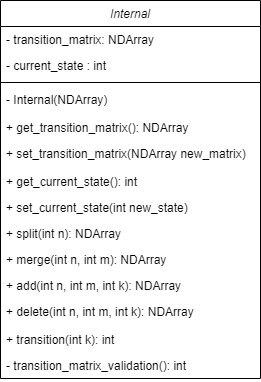
filkata123/RSSTP keeps this draw.io diagram as misc/diagrams/internal_class_diagram.png. Above is the earlier version. Source tidied: cells renumbered, new cells last; positions are measured from the earlier drawing's top-left corner, leaving out a move shared by most shapes.
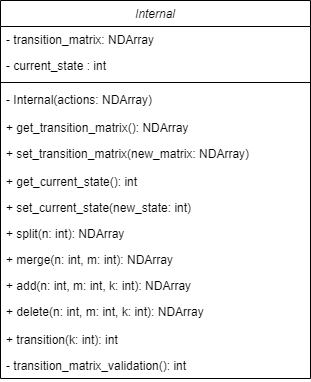
After the commit.

Change to the diagram source:
```diff
@@ -3,49 +3,49 @@
     <mxCell id="0" />
     <mxCell id="1" parent="0" />
     <mxCell id="2" value="Internal" style="swimlane;fontStyle=2;align=center;verticalAlign=top;horizontal=1;startSize=26;rounded=0;shadow=0;strokeWidth=1;" parent="1" vertex="1">
-      <mxGeometry width="260" height="378" as="geometry" />
+      <mxGeometry width="310" height="378" as="geometry" />
     </mxCell>
     <mxCell id="3" value="- transition_matrix: NDArray" style="text;align=left;verticalAlign=top;spacingLeft=4;spacingRight=4;overflow=hidden;" parent="2" vertex="1">
-      <mxGeometry y="26" width="260" height="26" as="geometry" />
+      <mxGeometry y="26" width="310" height="26" as="geometry" />
     </mxCell>
     <mxCell id="4" value="- current_state : int" style="text;align=left;verticalAlign=top;spacingLeft=4;spacingRight=4;overflow=hidden;rounded=0;shadow=0;html=0;" parent="2" vertex="1">
-      <mxGeometry y="52" width="260" height="26" as="geometry" />
+      <mxGeometry y="52" width="310" height="26" as="geometry" />
     </mxCell>
     <mxCell id="5" style="line;html=1;strokeWidth=1;align=left;verticalAlign=middle;spacingTop=-1;spacingLeft=3;spacingRight=3;labelPosition=right;" parent="2" vertex="1">
-      <mxGeometry y="78" width="260" height="8" as="geometry" />
+      <mxGeometry y="78" width="310" height="8" as="geometry" />
     </mxCell>
-    <mxCell id="6" value="- Internal(NDArray)" style="text;align=left;verticalAlign=top;spacingLeft=4;spacingRight=4;overflow=hidden;" parent="2" vertex="1">
-      <mxGeometry y="86" width="260" height="28" as="geometry" />
+    <mxCell id="6" value="- Internal(actions: NDArray)" style="text;align=left;verticalAlign=top;spacingLeft=4;spacingRight=4;overflow=hidden;" parent="2" vertex="1">
+      <mxGeometry y="86" width="310" height="28" as="geometry" />
     </mxCell>
     <mxCell id="7" value="+ get_transition_matrix(): NDArray" style="text;align=left;verticalAlign=top;spacingLeft=4;spacingRight=4;overflow=hidden;" parent="2" vertex="1">
-      <mxGeometry y="114" width="260" height="26" as="geometry" />
+      <mxGeometry y="114" width="310" height="26" as="geometry" />
     </mxCell>
-    <mxCell id="8" value="+ set_transition_matrix(NDArray new_matrix)" style="text;align=left;verticalAlign=top;spacingLeft=4;spacingRight=4;overflow=hidden;" parent="2" vertex="1">
-      <mxGeometry y="140" width="260" height="28" as="geometry" />
+    <mxCell id="8" value="+ set_transition_matrix(new_matrix: NDArray)" style="text;align=left;verticalAlign=top;spacingLeft=4;spacingRight=4;overflow=hidden;" parent="2" vertex="1">
+      <mxGeometry y="140" width="310" height="28" as="geometry" />
     </mxCell>
     <mxCell id="9" value="+ get_current_state(): int" style="text;align=left;verticalAlign=top;spacingLeft=4;spacingRight=4;overflow=hidden;" parent="2" vertex="1">
-      <mxGeometry y="168" width="260" height="26" as="geometry" />
+      <mxGeometry y="168" width="310" height="26" as="geometry" />
     </mxCell>
-    <mxCell id="10" value="+ set_current_state(int new_state)" style="text;align=left;verticalAlign=top;spacingLeft=4;spacingRight=4;overflow=hidden;" parent="2" vertex="1">
-      <mxGeometry y="194" width="260" height="26" as="geometry" />
+    <mxCell id="10" value="+ set_current_state(new_state: int)" style="text;align=left;verticalAlign=top;spacingLeft=4;spacingRight=4;overflow=hidden;" parent="2" vertex="1">
+      <mxGeometry y="194" width="310" height="26" as="geometry" />
     </mxCell>
-    <mxCell id="11" value="+ split(int n): NDArray" style="text;align=left;verticalAlign=top;spacingLeft=4;spacingRight=4;overflow=hidden;" parent="2" vertex="1">
-      <mxGeometry y="220" width="260" height="26" as="geometry" />
+    <mxCell id="11" value="+ split(n: int): NDArray" style="text;align=left;verticalAlign=top;spacingLeft=4;spacingRight=4;overflow=hidden;" parent="2" vertex="1">
+      <mxGeometry y="220" width="310" height="26" as="geometry" />
     </mxCell>
-    <mxCell id="12" value="+ merge(int n, int m): NDArray" style="text;align=left;verticalAlign=top;spacingLeft=4;spacingRight=4;overflow=hidden;" parent="2" vertex="1">
-      <mxGeometry y="246" width="260" height="26" as="geometry" />
+    <mxCell id="12" value="+ merge(n: int, m: int): NDArray" style="text;align=left;verticalAlign=top;spacingLeft=4;spacingRight=4;overflow=hidden;" parent="2" vertex="1">
+      <mxGeometry y="246" width="310" height="26" as="geometry" />
     </mxCell>
-    <mxCell id="13" value="+ add(int n, int m, int k): NDArray" style="text;align=left;verticalAlign=top;spacingLeft=4;spacingRight=4;overflow=hidden;" parent="2" vertex="1">
-      <mxGeometry y="272" width="260" height="26" as="geometry" />
+    <mxCell id="13" value="+ add(n: int, m: int, k: int): NDArray" style="text;align=left;verticalAlign=top;spacingLeft=4;spacingRight=4;overflow=hidden;" parent="2" vertex="1">
+      <mxGeometry y="272" width="310" height="26" as="geometry" />
     </mxCell>
-    <mxCell id="14" value="+ delete(int n, int m, int k): NDArray" style="text;align=left;verticalAlign=top;spacingLeft=4;spacingRight=4;overflow=hidden;" parent="2" vertex="1">
-      <mxGeometry y="298" width="260" height="28" as="geometry" />
+    <mxCell id="14" value="+ delete(n: int, m: int, k: int): NDArray" style="text;align=left;verticalAlign=top;spacingLeft=4;spacingRight=4;overflow=hidden;" parent="2" vertex="1">
+      <mxGeometry y="298" width="310" height="28" as="geometry" />
     </mxCell>
-    <mxCell id="15" value="+ transition(int k): int" style="text;align=left;verticalAlign=top;spacingLeft=4;spacingRight=4;overflow=hidden;" parent="2" vertex="1">
-      <mxGeometry y="326" width="260" height="26" as="geometry" />
+    <mxCell id="15" value="+ transition(k: int): int" style="text;align=left;verticalAlign=top;spacingLeft=4;spacingRight=4;overflow=hidden;" parent="2" vertex="1">
+      <mxGeometry y="326" width="310" height="26" as="geometry" />
     </mxCell>
     <mxCell id="16" value="- transition_matrix_validation(): int" style="text;align=left;verticalAlign=top;spacingLeft=4;spacingRight=4;overflow=hidden;" parent="2" vertex="1">
-      <mxGeometry y="352" width="260" height="26" as="geometry" />
+      <mxGeometry y="352" width="310" height="26" as="geometry" />
     </mxCell>
   </root>
 </mxGraphModel>
```
